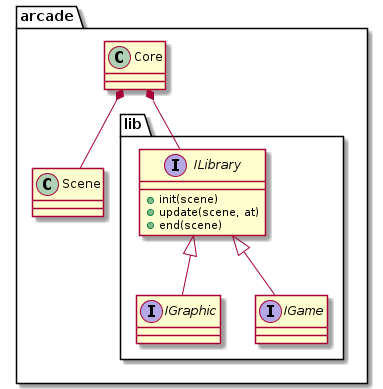
Above: doc/core.png in Pebloop/Arcade-Toulouse (PlantUML), before the change.
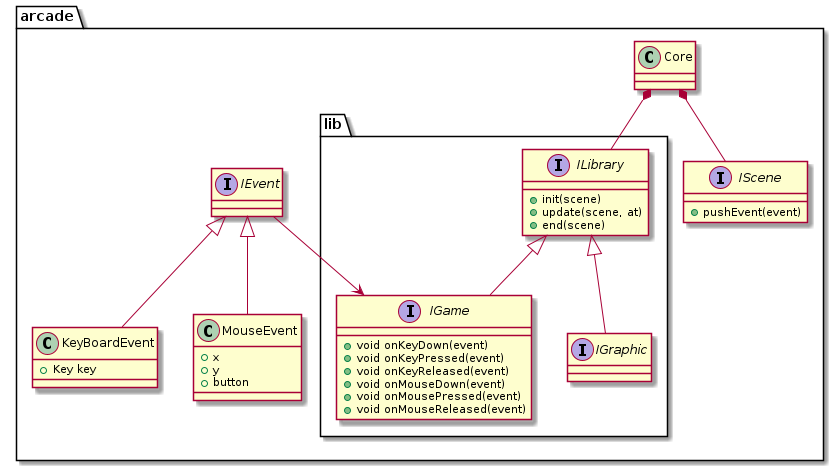
Later version of the same file.

Commit message:
[ADD] pushEvent & IEvent

What changed in the source:
```diff
@@ -17,16 +17,43 @@
         }
 
         interface IGame {
+            + void onKeyDown(event)
+            + void onKeyPressed(event)
+            + void onKeyReleased(event)
+            + void onMouseDown(event)
+            + void onMousePressed(event)
+            + void onMouseReleased(event)
         }
 
     }
 
-    class Scene
+    interface IScene {
+        + pushEvent(event)
+    }
+
+    interface IEvent {
+
+    }
+
+    class KeyBoardEvent {
+        + Key key
+    }
+
+    class MouseEvent {
+        + x
+        + y
+        + button
+    }
+
+    arcade::KeyBoardEvent -up-|> arcade::IEvent
+    arcade::MouseEvent -up-|> arcade::IEvent
+
+    arcade::IEvent --> arcade::lib::IGame
 
     arcade::lib::ILibrary -up-* arcade::Core
     arcade::lib::IGraphic -up-|> arcade::lib::ILibrary
     arcade::lib::IGame -up-|> arcade::lib::ILibrary
-    arcade::Scene -up-* arcade::Core
+    arcade::IScene -up-* arcade::Core
 
 }
 
```
